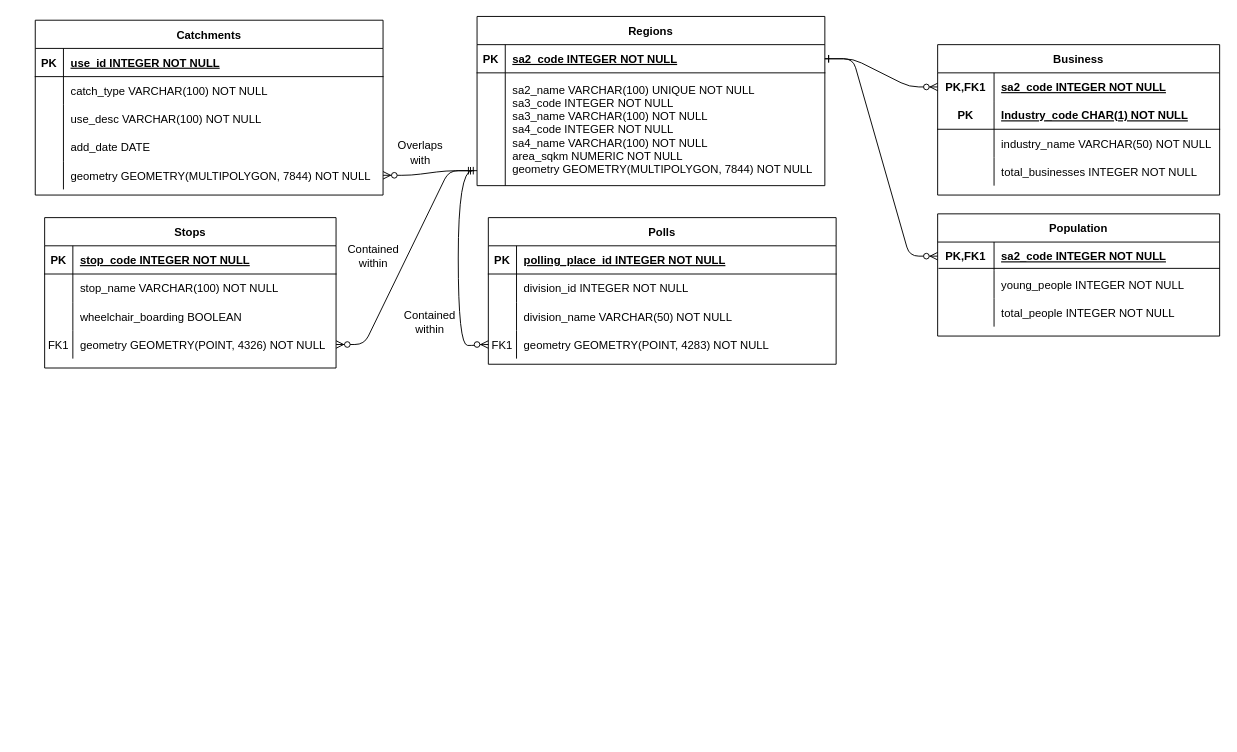
The draw.io diagram data_diagram.drawio in FixItChris/DATA2901, before the edit. Source tidied: cells renumbered, new cells numbered last; positions are measured from the earlier drawing's top-left corner, leaving out a move shared by most shapes. Both pictures are drawn from the tidied source at 94%, with x=0, y=0 at pixel (35, 16).
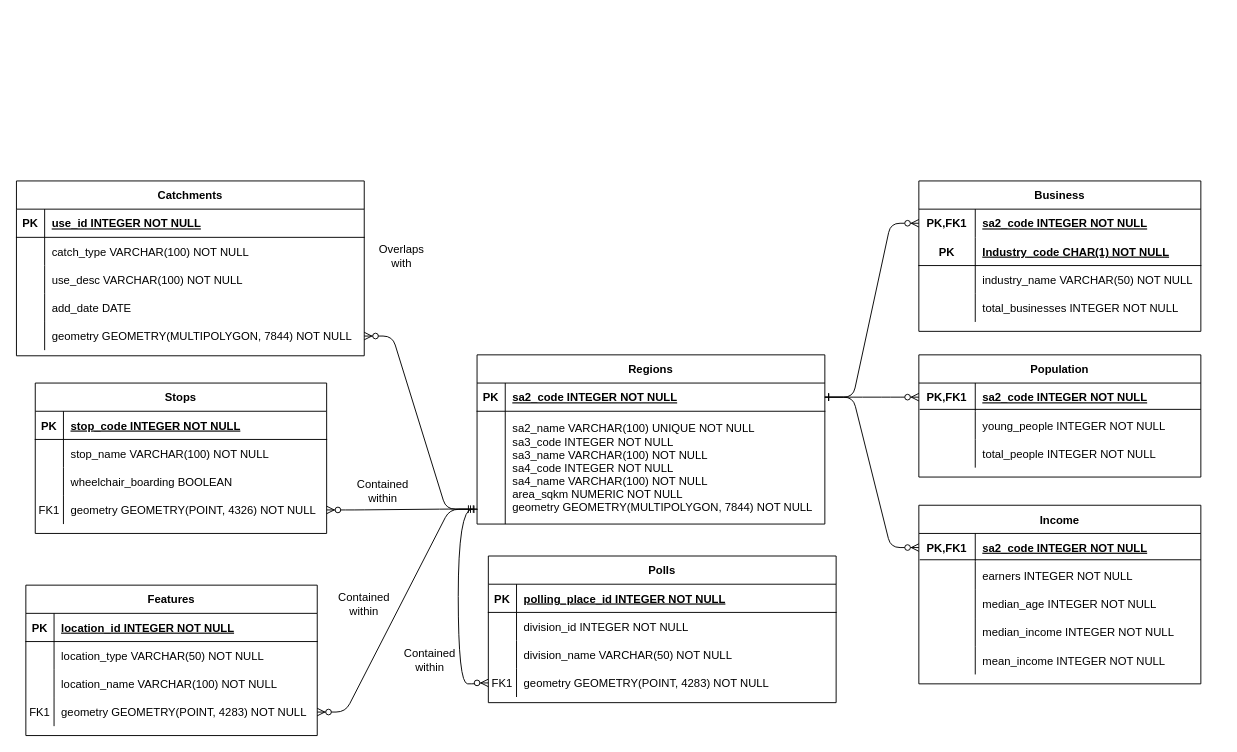
The same diagram, later.

Commit message:
updated data diagram

Unchanged cells that the change refers to:
```xml
<mxCell id="4" style="shape=partialRectangle;fillColor=none;points=[[0,0.5],[1,0.5]];portConstraint=eastwest;top=0;left=0;right=0;bottom=1;" parent="3" vertex="1">
  <mxGeometry y="30" width="370" height="30" as="geometry" />
</mxCell>
<mxCell id="7" style="shape=partialRectangle;fillColor=none;points=[[0,0.5],[1,0.5]];portConstraint=eastwest;top=0;left=0;right=0;bottom=0;" parent="3" vertex="1">
  <mxGeometry y="60" width="370" height="120" as="geometry" />
</mxCell>
<mxCell id="78" style="shape=tableRow;horizontal=0;startSize=0;swimlaneHead=0;swimlaneBody=0;fillColor=none;points=[[0,0.5],[1,0.5]];portConstraint=eastwest;top=0;left=0;right=0;bottom=0;" parent="68" vertex="1">
  <mxGeometry y="120" width="370" height="30" as="geometry" />
</mxCell>
```

What changed in the source:
```diff
@@
     <mxCell id="3" value="Regions" style="shape=table;startSize=30;childLayout=tableLayout;rowLines=0;fontStyle=1;align=center;" parent="1" vertex="1">
-      <mxGeometry x="470" width="370" height="180" as="geometry" />
+      <mxGeometry x="470" y="360" width="370" height="180" as="geometry" />
     </mxCell>
@@
     <mxCell id="10" value="Business" style="shape=table;startSize=30;childLayout=tableLayout;rowLines=0;fontStyle=1;align=center;" parent="1" vertex="1">
-      <mxGeometry x="960" y="30" width="300" height="160" as="geometry" />
+      <mxGeometry x="940" y="175" width="300" height="160" as="geometry" />
     </mxCell>
@@
     <mxCell id="23" value="Stops" style="shape=table;startSize=30;childLayout=tableLayout;rowLines=0;fontStyle=1;align=center;" parent="1" vertex="1">
-      <mxGeometry x="10" y="214" width="310" height="160" as="geometry" />
+      <mxGeometry y="390" width="310" height="160" as="geometry" />
     </mxCell>
@@
     <mxCell id="37" value="Catchments" style="shape=table;startSize=30;childLayout=tableLayout;rowLines=0;fontStyle=1;align=center;" parent="1" vertex="1">
-      <mxGeometry y="4" width="370" height="186" as="geometry" />
+      <mxGeometry x="-20" y="175" width="370" height="186" as="geometry" />
     </mxCell>
@@
     <mxCell id="54" value="Contained within" style="text;html=1;strokeColor=none;fillColor=none;align=center;verticalAlign=middle;whiteSpace=wrap;rounded=0;" parent="1" vertex="1">
-      <mxGeometry x="330" y="240" width="60" height="30" as="geometry" />
+      <mxGeometry x="340" y="490" width="60" height="30" as="geometry" />
     </mxCell>
     <mxCell id="55" value="Overlaps with" style="text;html=1;strokeColor=none;fillColor=none;align=center;verticalAlign=middle;whiteSpace=wrap;rounded=0;" parent="1" vertex="1">
-      <mxGeometry x="380" y="130" width="60" height="30" as="geometry" />
+      <mxGeometry x="360" y="240" width="60" height="30" as="geometry" />
     </mxCell>
     <mxCell id="56" value="Population" style="shape=table;startSize=30;childLayout=tableLayout;rowLines=0;fontStyle=1;align=center;" parent="1" vertex="1">
-      <mxGeometry x="960" y="210" width="300" height="130" as="geometry" />
+      <mxGeometry x="940" y="360" width="300" height="130" as="geometry" />
     </mxCell>
@@
     <mxCell id="68" value="Polls" style="shape=table;startSize=30;childLayout=tableLayout;rowLines=0;fontStyle=1;align=center;" parent="1" vertex="1">
-      <mxGeometry x="482" y="214" width="370" height="156" as="geometry" />
+      <mxGeometry x="482" y="574" width="370" height="156" as="geometry" />
     </mxCell>
@@
     <mxCell id="81" style="edgeStyle=orthogonalEdgeStyle;endArrow=ERzeroToMany;startArrow=ERone;endFill=1;startFill=0;exitX=-0.014;exitY=0.867;exitDx=0;exitDy=0;exitPerimeter=0;curved=1;entryX=0;entryY=0.5;entryDx=0;entryDy=0;" parent="1" edge="1" source="7" target="78">
       <mxGeometry relative="1" as="geometry">
         <Array as="points">
-          <mxPoint x="450" y="164" />
-          <mxPoint x="450" y="350" />
-          <mxPoint x="470" y="350" />
-          <mxPoint x="470" y="349" />
+          <mxPoint x="450" y="524" />
+          <mxPoint x="450" y="710" />
+          <mxPoint x="470" y="710" />
+          <mxPoint x="470" y="709" />
         </Array>
       </mxGeometry>
     </mxCell>
     <mxCell id="82" value="Contained within" style="text;html=1;strokeColor=none;fillColor=none;align=center;verticalAlign=middle;whiteSpace=wrap;rounded=0;" parent="1" vertex="1">
-      <mxGeometry x="390" y="310" width="60" height="30" as="geometry" />
+      <mxGeometry x="390" y="670" width="60" height="30" as="geometry" />
     </mxCell>
+    <mxCell id="83" value="Features" style="shape=table;startSize=30;childLayout=tableLayout;rowLines=0;fontStyle=1;align=center;" parent="1" vertex="1">
+      <mxGeometry x="-10" y="605" width="310" height="160" as="geometry" />
+    </mxCell>
+    <mxCell id="84" style="shape=tableRow;horizontal=0;startSize=0;swimlaneHead=0;swimlaneBody=0;fillColor=none;top=0;left=0;right=0;bottom=1;" parent="83" vertex="1">
+      <mxGeometry y="30" width="310" height="30" as="geometry" />
+    </mxCell>
+    <mxCell id="85" value="PK" style="shape=partialRectangle;fillColor=none;top=0;left=0;bottom=0;right=0;fontStyle=1;overflow=hidden;" parent="84" vertex="1">
+      <mxGeometry width="30" height="30" as="geometry" />
+    </mxCell>
+    <mxCell id="86" value="location_id INTEGER NOT NULL" style="shape=partialRectangle;fillColor=none;top=0;left=0;bottom=0;right=0;align=left;spacingLeft=6;fontStyle=5;overflow=hidden;" parent="84" vertex="1">
+      <mxGeometry x="30" width="280" height="30" as="geometry" />
+    </mxCell>
+    <mxCell id="87" style="shape=tableRow;horizontal=0;startSize=0;swimlaneHead=0;swimlaneBody=0;fillColor=none;top=0;left=0;right=0;bottom=0;" parent="83" vertex="1">
+      <mxGeometry y="60" width="310" height="30" as="geometry" />
+    </mxCell>
+    <mxCell id="88" style="shape=partialRectangle;fillColor=none;top=0;left=0;bottom=0;right=0;overflow=hidden;" parent="87" vertex="1">
+      <mxGeometry width="30" height="30" as="geometry" />
+    </mxCell>
+    <mxCell id="89" value="location_type VARCHAR(50) NOT NULL" style="shape=partialRectangle;fillColor=none;top=0;left=0;bottom=0;right=0;align=left;spacingLeft=6;overflow=hidden;" parent="87" vertex="1">
+      <mxGeometry x="30" width="280" height="30" as="geometry" />
+    </mxCell>
+    <mxCell id="90" style="shape=tableRow;horizontal=0;startSize=0;swimlaneHead=0;swimlaneBody=0;fillColor=none;top=0;left=0;right=0;bottom=0;" parent="83" vertex="1">
+      <mxGeometry y="90" width="310" height="30" as="geometry" />
+    </mxCell>
+    <mxCell id="91" style="shape=partialRectangle;fillColor=none;top=0;left=0;bottom=0;right=0;overflow=hidden;" parent="90" vertex="1">
+      <mxGeometry width="30" height="30" as="geometry" />
+    </mxCell>
+    <mxCell id="92" value="location_name VARCHAR(100) NOT NULL" style="shape=partialRectangle;fillColor=none;top=0;left=0;bottom=0;right=0;align=left;spacingLeft=6;overflow=hidden;" parent="90" vertex="1">
+      <mxGeometry x="30" width="280" height="30" as="geometry" />
+    </mxCell>
+    <mxCell id="93" style="shape=tableRow;horizontal=0;startSize=0;swimlaneHead=0;swimlaneBody=0;fillColor=none;points=[[0,0.5],[1,0.5]];portConstraint=eastwest;top=0;left=0;right=0;bottom=0;" parent="83" vertex="1">
+      <mxGeometry y="120" width="310" height="30" as="geometry" />
+    </mxCell>
+    <mxCell id="94" value="FK1" style="shape=partialRectangle;fillColor=none;top=0;left=0;bottom=0;right=0;overflow=hidden;" parent="93" vertex="1">
+      <mxGeometry width="30" height="30" as="geometry" />
+    </mxCell>
+    <mxCell id="95" value="geometry GEOMETRY(POINT, 4283) NOT NULL" style="shape=partialRectangle;fillColor=none;top=0;left=0;bottom=0;right=0;align=left;spacingLeft=6;overflow=hidden;" parent="93" vertex="1">
+      <mxGeometry x="30" width="280" height="30" as="geometry" />
+    </mxCell>
+    <mxCell id="96" style="edgeStyle=entityRelationEdgeStyle;endArrow=ERzeroToMany;startArrow=ERone;endFill=1;startFill=0;entryX=1;entryY=0.5;entryDx=0;entryDy=0;exitX=0.002;exitY=0.869;exitDx=0;exitDy=0;exitPerimeter=0;" parent="1" edge="1" source="7" target="93">
+      <mxGeometry relative="1" as="geometry" />
+    </mxCell>
+    <mxCell id="97" value="Contained within" style="text;html=1;strokeColor=none;fillColor=none;align=center;verticalAlign=middle;whiteSpace=wrap;rounded=0;" parent="1" vertex="1">
+      <mxGeometry x="320" y="610" width="60" height="30" as="geometry" />
+    </mxCell>
+    <mxCell id="98" value="Income" style="shape=table;startSize=30;childLayout=tableLayout;rowLines=0;fontStyle=1;align=center;" parent="1" vertex="1">
+      <mxGeometry x="940" y="520" width="300" height="190" as="geometry" />
+    </mxCell>
+    <mxCell id="99" style="shape=tableRow;horizontal=0;startSize=0;swimlaneHead=0;swimlaneBody=0;fillColor=none;points=[[0,0.5],[1,0.5]];portConstraint=eastwest;top=0;left=0;right=0;bottom=0;" parent="98" vertex="1">
+      <mxGeometry y="30" width="300" height="30" as="geometry" />
+    </mxCell>
+    <mxCell id="100" value="PK,FK1" style="shape=partialRectangle;fillColor=none;top=0;left=0;bottom=0;right=0;fontStyle=1;overflow=hidden;" parent="99" vertex="1">
+      <mxGeometry width="60" height="30" as="geometry" />
+    </mxCell>
+    <mxCell id="101" value="sa2_code INTEGER NOT NULL" style="shape=partialRectangle;fillColor=none;top=0;left=0;bottom=0;right=0;align=left;spacingLeft=6;fontStyle=5;overflow=hidden;" parent="99" vertex="1">
+      <mxGeometry x="60" width="240" height="30" as="geometry" />
+    </mxCell>
+    <mxCell id="102" style="shape=tableRow;horizontal=0;startSize=0;swimlaneHead=0;swimlaneBody=0;fillColor=none;points=[[0,0.5],[1,0.5]];portConstraint=eastwest;top=0;left=0;right=0;bottom=0;" parent="98" vertex="1">
+      <mxGeometry y="60" width="300" height="30" as="geometry" />
+    </mxCell>
+    <mxCell id="103" style="shape=partialRectangle;fillColor=none;top=0;left=0;bottom=0;right=0;overflow=hidden;" parent="102" vertex="1">
+      <mxGeometry width="60" height="30" as="geometry" />
+    </mxCell>
+    <mxCell id="104" value="earners INTEGER NOT NULL" style="shape=partialRectangle;fillColor=none;top=0;left=0;bottom=0;right=0;align=left;spacingLeft=6;overflow=hidden;" parent="102" vertex="1">
+      <mxGeometry x="60" width="240" height="30" as="geometry" />
+    </mxCell>
+    <mxCell id="105" style="shape=tableRow;horizontal=0;startSize=0;swimlaneHead=0;swimlaneBody=0;fillColor=none;top=0;left=0;right=0;bottom=0;" parent="98" vertex="1">
+      <mxGeometry y="90" width="300" height="30" as="geometry" />
+    </mxCell>
+    <mxCell id="106" style="shape=partialRectangle;fillColor=none;top=0;left=0;bottom=0;right=0;overflow=hidden;" parent="105" vertex="1">
+      <mxGeometry width="60" height="30" as="geometry" />
+    </mxCell>
+    <mxCell id="107" value="median_age INTEGER NOT NULL" style="shape=partialRectangle;fillColor=none;top=0;left=0;bottom=0;right=0;align=left;spacingLeft=6;overflow=hidden;" parent="105" vertex="1">
+      <mxGeometry x="60" width="240" height="30" as="geometry" />
+    </mxCell>
+    <mxCell id="108" style="shape=tableRow;horizontal=0;startSize=0;swimlaneHead=0;swimlaneBody=0;fillColor=none;top=0;left=0;right=0;bottom=0;" parent="98" vertex="1">
+      <mxGeometry y="120" width="300" height="30" as="geometry" />
+    </mxCell>
+    <mxCell id="109" style="shape=partialRectangle;fillColor=none;top=0;left=0;bottom=0;right=0;overflow=hidden;" parent="108" vertex="1">
+      <mxGeometry width="60" height="30" as="geometry" />
+    </mxCell>
+    <mxCell id="110" value="median_income INTEGER NOT NULL" style="shape=partialRectangle;fillColor=none;top=0;left=0;bottom=0;right=0;align=left;spacingLeft=6;overflow=hidden;" parent="108" vertex="1">
+      <mxGeometry x="60" width="240" height="30" as="geometry" />
+    </mxCell>
+    <mxCell id="111" style="endArrow=none;html=1;rounded=0;exitX=0.003;exitY=-0.067;exitDx=0;exitDy=0;exitPerimeter=0;" parent="98" edge="1" source="102">
+      <mxGeometry relative="1" as="geometry">
+        <mxPoint x="300" y="58" as="targetPoint" />
+      </mxGeometry>
+    </mxCell>
+    <mxCell id="112" style="shape=tableRow;horizontal=0;startSize=0;swimlaneHead=0;swimlaneBody=0;fillColor=none;top=0;left=0;right=0;bottom=0;" parent="98" vertex="1">
+      <mxGeometry y="150" width="300" height="30" as="geometry" />
+    </mxCell>
+    <mxCell id="113" style="shape=partialRectangle;fillColor=none;top=0;left=0;bottom=0;right=0;overflow=hidden;" parent="112" vertex="1">
+      <mxGeometry width="60" height="30" as="geometry" />
+    </mxCell>
+    <mxCell id="114" value="mean_income INTEGER NOT NULL" style="shape=partialRectangle;fillColor=none;top=0;left=0;bottom=0;right=0;align=left;spacingLeft=6;overflow=hidden;" parent="112" vertex="1">
+      <mxGeometry x="60" width="240" height="30" as="geometry" />
+    </mxCell>
+    <mxCell id="115" style="edgeStyle=entityRelationEdgeStyle;endArrow=ERzeroToMany;startArrow=ERone;endFill=1;startFill=0;entryX=0;entryY=0.5;entryDx=0;entryDy=0;exitX=1;exitY=0.5;exitDx=0;exitDy=0;" parent="1" edge="1" source="4" target="99">
+      <mxGeometry relative="1" as="geometry" />
+    </mxCell>
```
